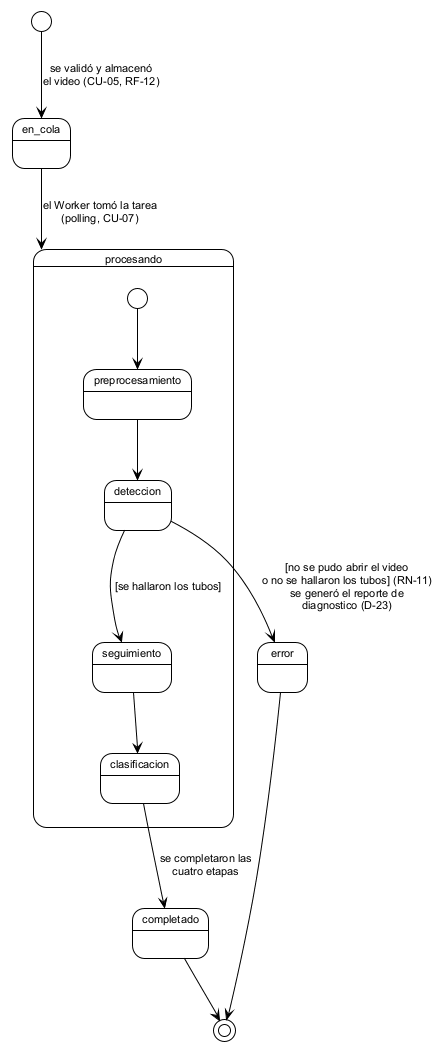
ErickJester/fst-ai-system-latex keeps this PlantUML diagram as figures/mermaid/estados_analisis.png. Above is the earlier version.
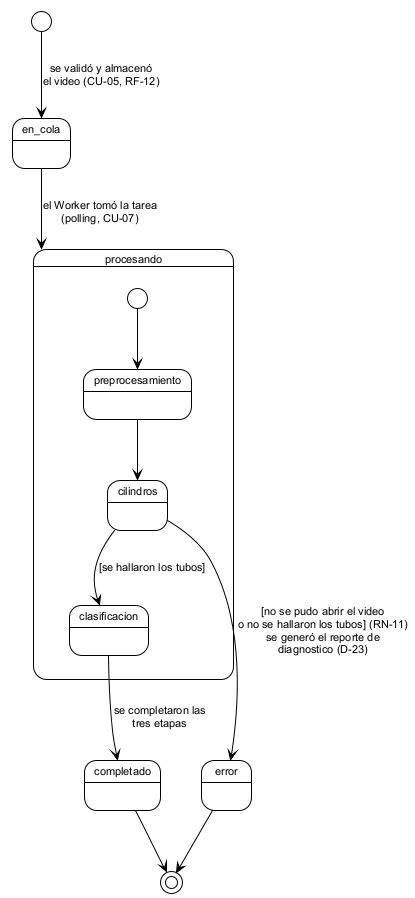
After the change.

Change to the diagram source:
```diff
@@ -8,14 +8,13 @@
 
 state procesando {
   [*] --> preprocesamiento
-  preprocesamiento --> deteccion
-  deteccion --> seguimiento : [se hallaron los tubos]
-  seguimiento --> clasificacion
+  preprocesamiento --> cilindros
+  cilindros --> clasificacion : [se hallaron los tubos]
 }
 
 en_cola --> procesando : el Worker tomó la tarea\n(polling, CU-07)
-deteccion --> error : [no se pudo abrir el video\no no se hallaron los tubos] (RN-11)\nse generó el reporte de\ndiagnostico (D-23)
-clasificacion --> completado : se completaron las\ncuatro etapas
+cilindros --> error : [no se pudo abrir el video\no no se hallaron los tubos] (RN-11)\nse generó el reporte de\ndiagnostico (D-23)
+clasificacion --> completado : se completaron las\ntres etapas
 
 completado --> [*]
 error --> [*]
```
